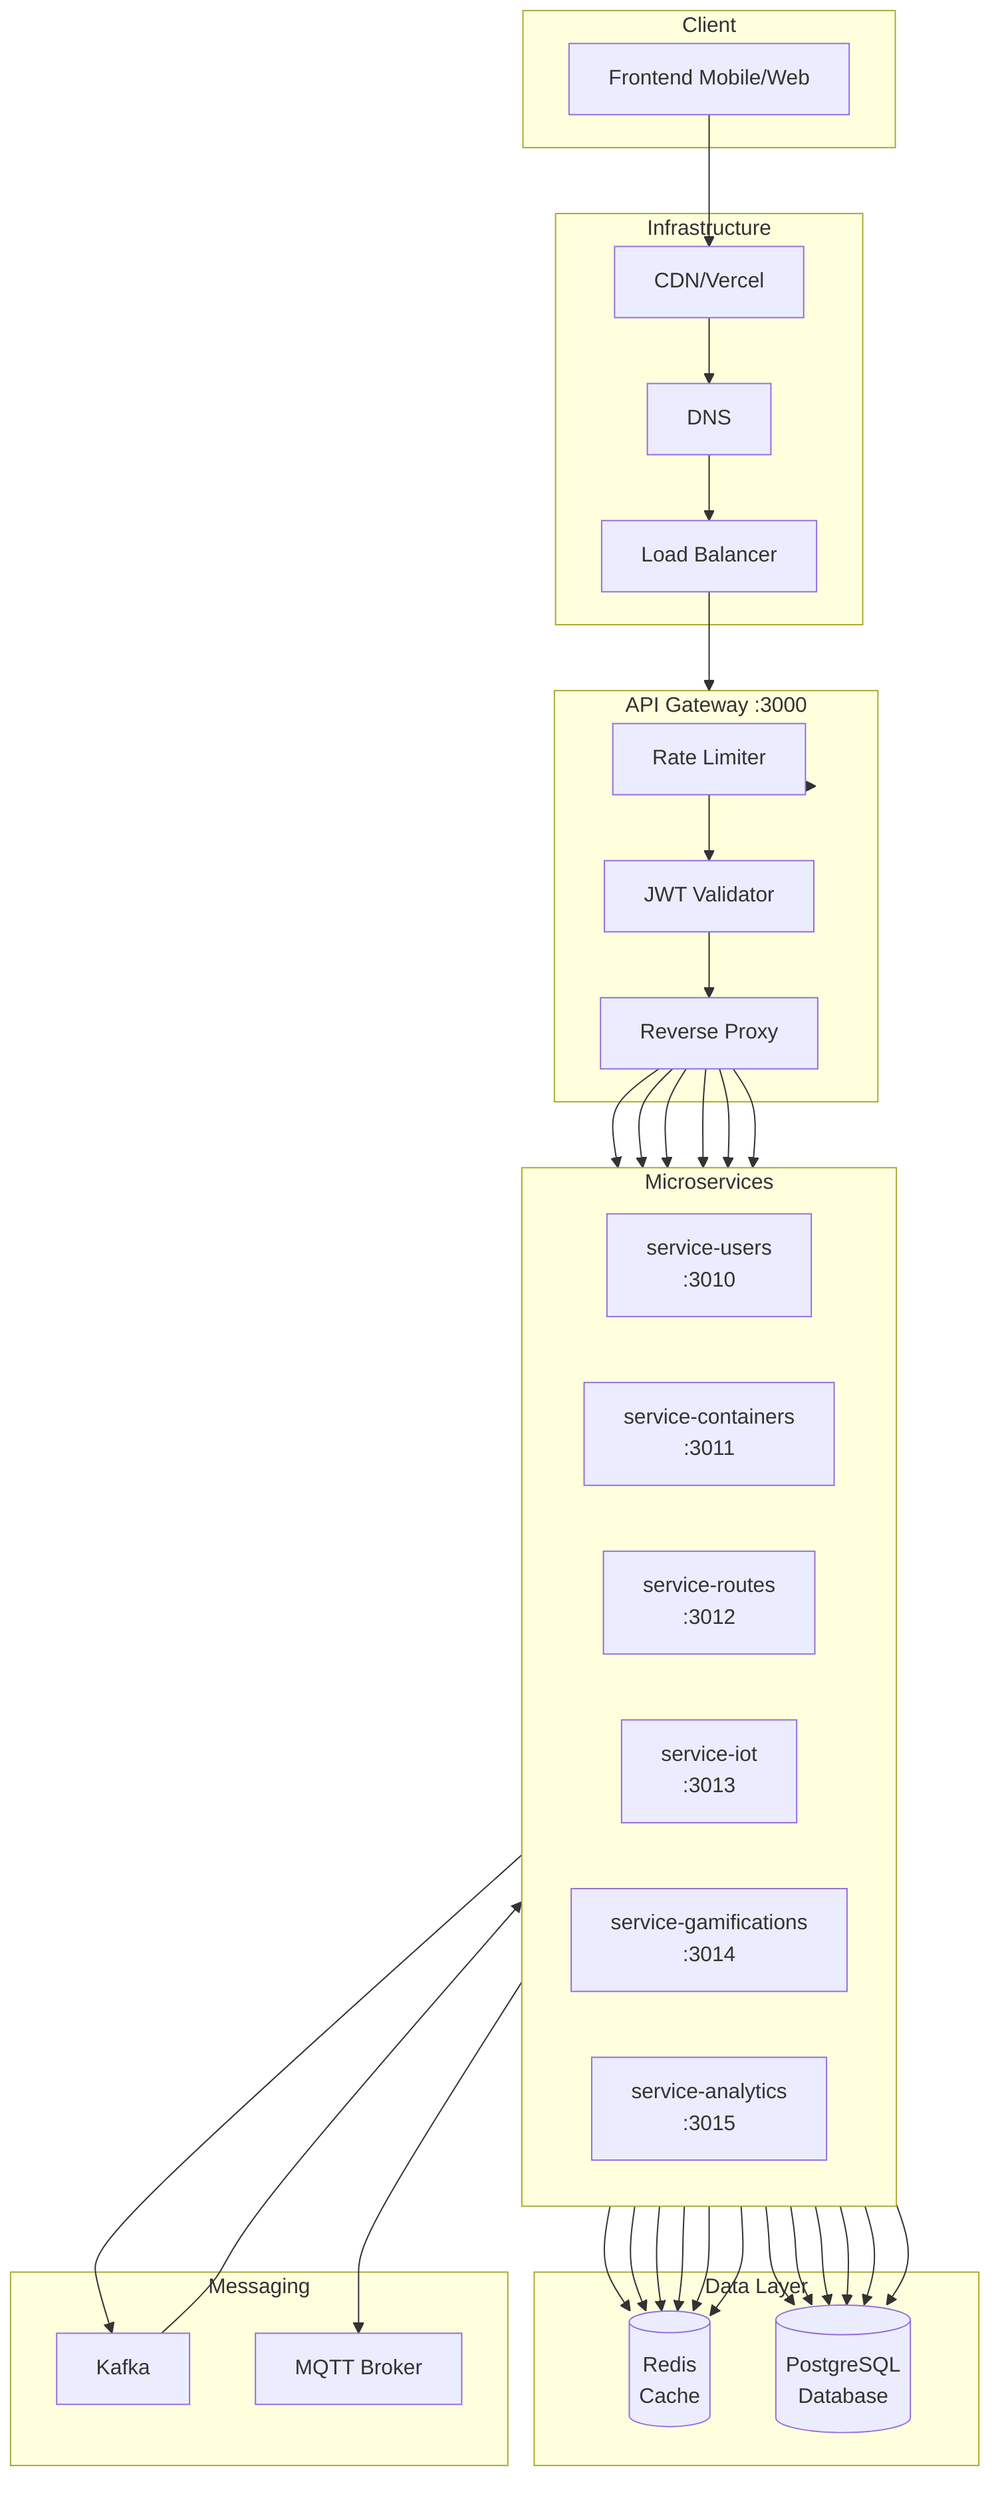
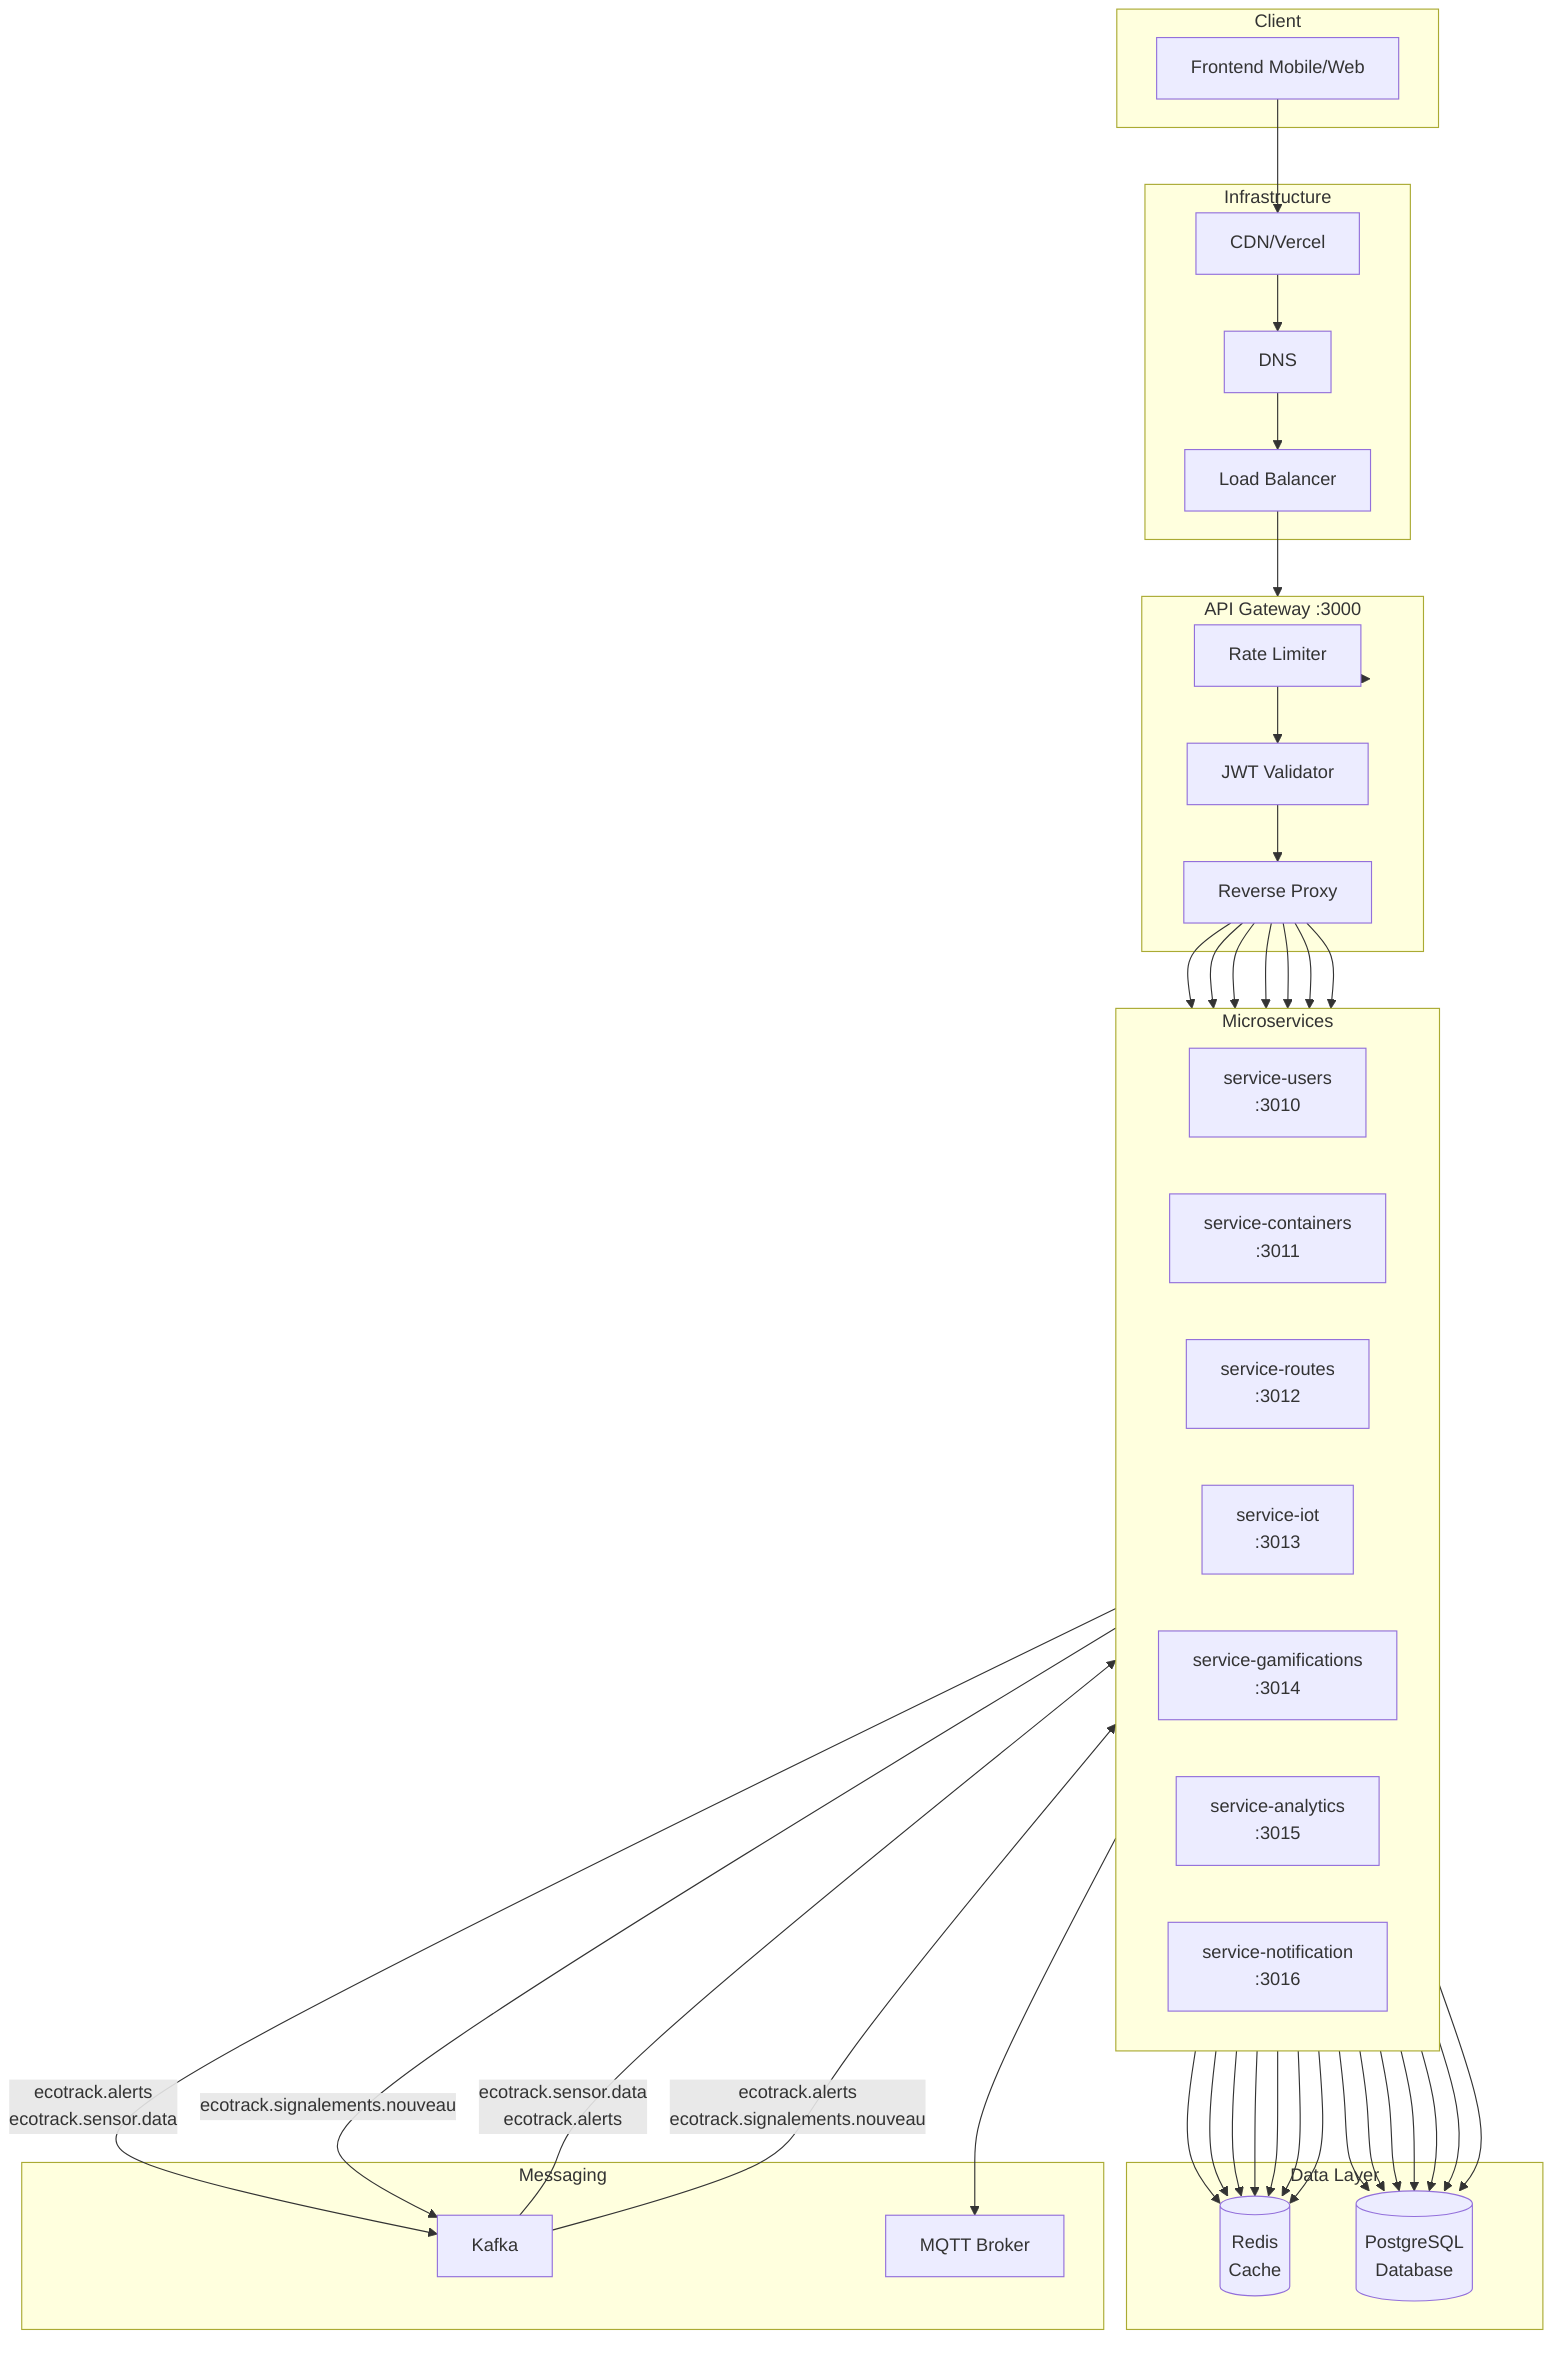
flowchart TB
    subgraph Client["Client"]
        Frontend["Frontend Mobile/Web"]
    end

    subgraph Infrastructure["Infrastructure"]
        DNS[DNS]
        CDN[CDN/Vercel]
        LoadBalancer[Load Balancer]
    end

    subgraph Gateway["API Gateway :3000"]
        RateLimiter[Rate Limiter]
        JWTMiddleware[JWT Validator]
        Proxy[Reverse Proxy]
    end

    subgraph Services["Microservices"]
        direction LR
        S1[service-users<br/>:3010]
        S2[service-containers<br/>:3011]
        S3[service-routes<br/>:3012]
        S4[service-iot<br/>:3013]
        S5[service-gamifications<br/>:3014]
        S6[service-analytics<br/>:3015]
+         S7[service-notification<br/>:3016]
    end

    subgraph Data["Data Layer"]
        Redis[(Redis<br/>Cache)]
        PG[(PostgreSQL<br/>Database)]
    end

    subgraph Messaging["Messaging"]
        Kafka[Kafka]
        MQTT[MQTT Broker]
    end

    Frontend --> CDN
    CDN --> DNS
    DNS --> LoadBalancer
    LoadBalancer --> Gateway
    Gateway --> RateLimiter --> JWTMiddleware --> Proxy

    Proxy --> S1
    Proxy --> S2
    Proxy --> S3
    Proxy --> S4
    Proxy --> S5
    Proxy --> S6
+     Proxy --> S7

    S1 --> Redis
    S2 --> Redis
    S3 --> Redis
    S4 --> Redis
    S5 --> Redis
    S6 --> Redis
+     S7 --> Redis

    S1 --> PG
    S2 --> PG
    S3 --> PG
    S4 --> PG
    S5 --> PG
    S6 --> PG
+     S7 --> PG

-     S4 --> Kafka
-     Kafka --> S6
+     S4 -->|"ecotrack.alerts<br/>ecotrack.sensor.data"| Kafka
+     S3 -->|"ecotrack.signalements.nouveau"| Kafka
+     Kafka -->|"ecotrack.sensor.data<br/>ecotrack.alerts"| S6
+     Kafka -->|"ecotrack.alerts<br/>ecotrack.signalements.nouveau"| S7
    S4 --> MQTT
    %% Ports
    %% api-gateway: 3000 (Entrypoint)
    %% service-users: 3010 (Auth)
    %% service-containers: 3011 (Containers)
    %% service-routes: 3012 (Routes)
    %% service-iot: 3013 (IoT)
    %% service-gamifications: 3014 (Gamification)
    %% service-analytics: 3015 (Analytics)
+     %% service-notification: 3016 (Notifications)
    %% PostgreSQL: 5432 (DB)
    %% Redis: 6379 (Cache)
    %% Kafka: 9092 (Events)
-     %% Grafana: 3001 (Monitoring)+     %% Grafana: 3001 (Monitoring)
